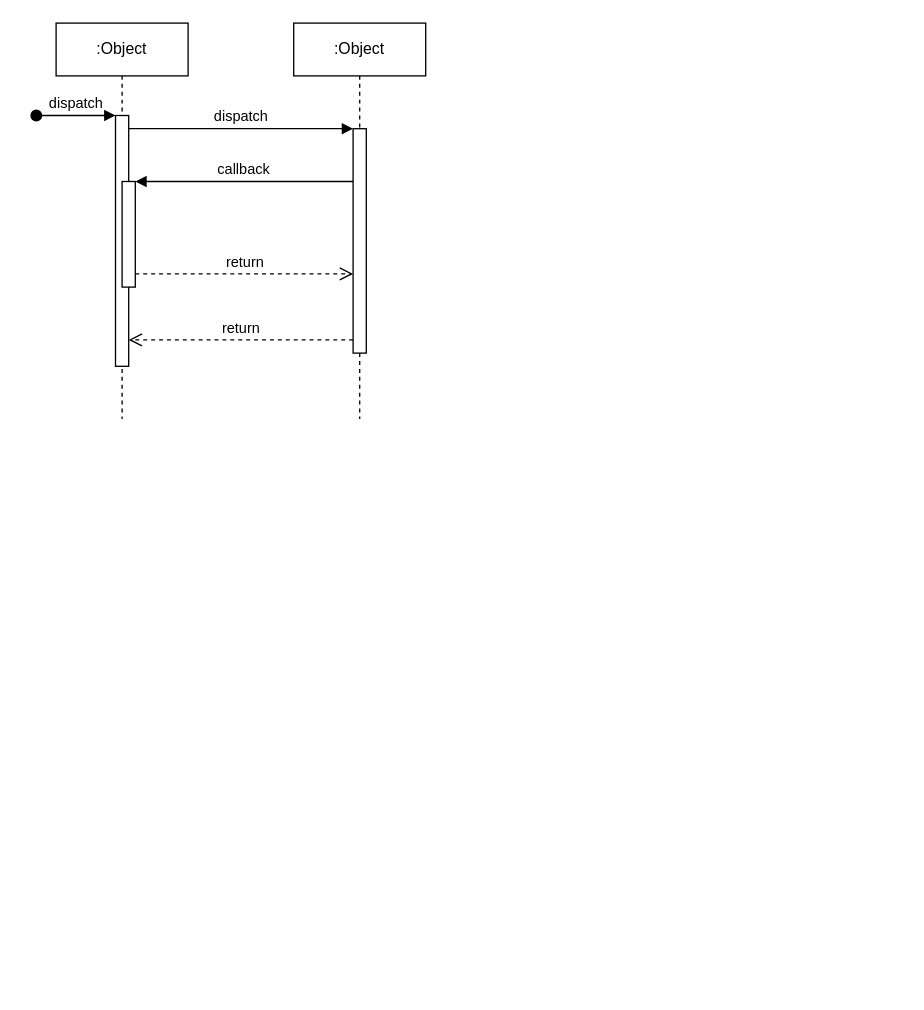
Swagsy/Eclipselovers69 keeps this draw.io diagram as SequenzdiagrammSpielzug.drawio. Above is the earlier version. Source tidied: cells renumbered, new cells numbered last; positions are measured from the earlier drawing's top-left corner, leaving out a move shared by most shapes. Both pictures are drawn from the tidied source at 132%, with x=0, y=0 at pixel (36, 22).
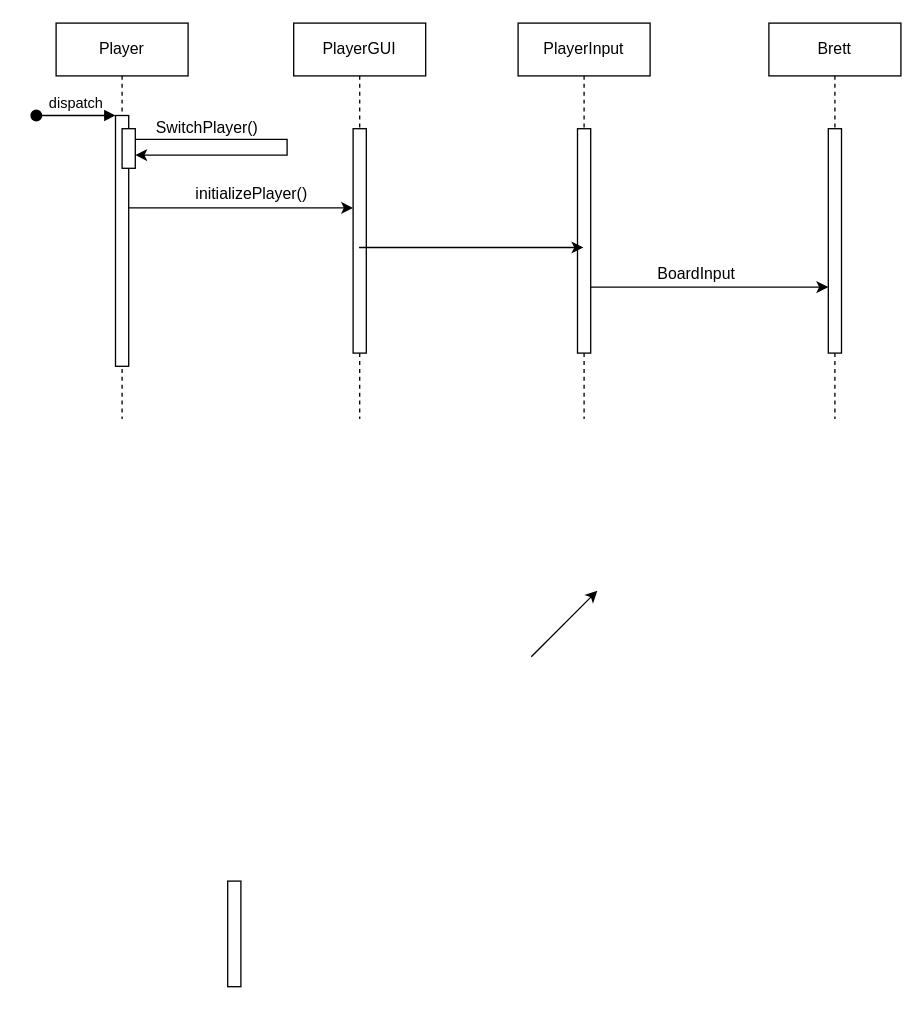
The same page after the edit.

Unchanged cells that the change refers to:
```xml
<mxCell id="3" style="html=1;points=[];perimeter=orthogonalPerimeter;outlineConnect=0;targetShapes=umlLifeline;portConstraint=eastwest;newEdgeStyle={&quot;edgeStyle&quot;:&quot;elbowEdgeStyle&quot;,&quot;elbow&quot;:&quot;vertical&quot;,&quot;curved&quot;:0,&quot;rounded&quot;:0};" parent="2" vertex="1">
  <mxGeometry x="45" y="70" width="10" height="190" as="geometry" />
</mxCell>
<mxCell id="7" style="html=1;points=[];perimeter=orthogonalPerimeter;outlineConnect=0;targetShapes=umlLifeline;portConstraint=eastwest;newEdgeStyle={&quot;edgeStyle&quot;:&quot;elbowEdgeStyle&quot;,&quot;elbow&quot;:&quot;vertical&quot;,&quot;curved&quot;:0,&quot;rounded&quot;:0};" parent="6" vertex="1">
  <mxGeometry x="45" y="80" width="10" height="170" as="geometry" />
</mxCell>
```

What changed in the source:
```diff
@@
-    <mxCell id="2" value=":Object" style="shape=umlLifeline;perimeter=lifelinePerimeter;whiteSpace=wrap;html=1;newEdgeStyle={&quot;edgeStyle&quot;:&quot;elbowEdgeStyle&quot;,&quot;elbow&quot;:&quot;vertical&quot;,&quot;curved&quot;:0,&quot;rounded&quot;:0};" parent="1" vertex="1">
+    <mxCell id="2" value="Player" style="shape=umlLifeline;perimeter=lifelinePerimeter;whiteSpace=wrap;html=1;newEdgeStyle={&quot;edgeStyle&quot;:&quot;elbowEdgeStyle&quot;,&quot;elbow&quot;:&quot;vertical&quot;,&quot;curved&quot;:0,&quot;rounded&quot;:0};" parent="1" vertex="1">
       <mxGeometry x="15" width="100" height="300" as="geometry" />
     </mxCell>
@@
-    <mxCell id="5" style="html=1;points=[];perimeter=orthogonalPerimeter;outlineConnect=0;targetShapes=umlLifeline;portConstraint=eastwest;newEdgeStyle={&quot;edgeStyle&quot;:&quot;elbowEdgeStyle&quot;,&quot;elbow&quot;:&quot;vertical&quot;,&quot;curved&quot;:0,&quot;rounded&quot;:0};" parent="2" vertex="1">
-      <mxGeometry x="50" y="120" width="10" height="80" as="geometry" />
-    </mxCell>
+    <mxCell id="12" style="html=1;points=[];perimeter=orthogonalPerimeter;outlineConnect=0;targetShapes=umlLifeline;portConstraint=eastwest;newEdgeStyle={&quot;edgeStyle&quot;:&quot;elbowEdgeStyle&quot;,&quot;elbow&quot;:&quot;vertical&quot;,&quot;curved&quot;:0,&quot;rounded&quot;:0};" parent="2" vertex="1">
+      <mxGeometry x="50" y="80" width="10" height="30" as="geometry" />
+    </mxCell>
-    <mxCell id="6" value=":Object" style="shape=umlLifeline;perimeter=lifelinePerimeter;whiteSpace=wrap;html=1;outlineConnect=0;portConstraint=eastwest;newEdgeStyle={&quot;edgeStyle&quot;:&quot;elbowEdgeStyle&quot;,&quot;elbow&quot;:&quot;vertical&quot;,&quot;curved&quot;:0,&quot;rounded&quot;:0};" parent="1" vertex="1">
+    <mxCell id="6" value="PlayerGUI" style="shape=umlLifeline;perimeter=lifelinePerimeter;whiteSpace=wrap;html=1;outlineConnect=0;portConstraint=eastwest;newEdgeStyle={&quot;edgeStyle&quot;:&quot;elbowEdgeStyle&quot;,&quot;elbow&quot;:&quot;vertical&quot;,&quot;curved&quot;:0,&quot;rounded&quot;:0};" parent="1" vertex="1">
       <mxGeometry x="195" width="100" height="300" as="geometry" />
     </mxCell>
@@
+    <mxCell id="13" value="PlayerInput" style="shape=umlLifeline;perimeter=lifelinePerimeter;whiteSpace=wrap;html=1;outlineConnect=0;portConstraint=eastwest;newEdgeStyle={&quot;edgeStyle&quot;:&quot;elbowEdgeStyle&quot;,&quot;elbow&quot;:&quot;vertical&quot;,&quot;curved&quot;:0,&quot;rounded&quot;:0};" parent="1" vertex="1">
+      <mxGeometry x="365" width="100" height="300" as="geometry" />
+    </mxCell>
+    <mxCell id="14" style="html=1;points=[];perimeter=orthogonalPerimeter;outlineConnect=0;targetShapes=umlLifeline;portConstraint=eastwest;newEdgeStyle={&quot;edgeStyle&quot;:&quot;elbowEdgeStyle&quot;,&quot;elbow&quot;:&quot;vertical&quot;,&quot;curved&quot;:0,&quot;rounded&quot;:0};" parent="13" vertex="1">
+      <mxGeometry x="45" y="80" width="10" height="170" as="geometry" />
+    </mxCell>
+    <mxCell id="15" value="Brett" style="shape=umlLifeline;perimeter=lifelinePerimeter;whiteSpace=wrap;html=1;newEdgeStyle={&quot;edgeStyle&quot;:&quot;elbowEdgeStyle&quot;,&quot;elbow&quot;:&quot;vertical&quot;,&quot;curved&quot;:0,&quot;rounded&quot;:0};" parent="1" vertex="1">
+      <mxGeometry x="555" width="100" height="300" as="geometry" />
+    </mxCell>
+    <mxCell id="16" style="html=1;points=[];perimeter=orthogonalPerimeter;outlineConnect=0;targetShapes=umlLifeline;portConstraint=eastwest;newEdgeStyle={&quot;edgeStyle&quot;:&quot;elbowEdgeStyle&quot;,&quot;elbow&quot;:&quot;vertical&quot;,&quot;curved&quot;:0,&quot;rounded&quot;:0};" parent="15" vertex="1">
+      <mxGeometry x="45" y="80" width="10" height="170" as="geometry" />
+    </mxCell>
+    <mxCell id="17" value="SwitchPlayer()" style="text;strokeColor=none;fillColor=none;align=left;verticalAlign=middle;spacingLeft=4;spacingRight=4;overflow=hidden;whiteSpace=wrap;html=1;" parent="1" vertex="1">
+      <mxGeometry x="85" y="70" width="90" height="20" as="geometry" />
+    </mxCell>
-    <mxCell id="8" value="dispatch" style="html=1;verticalAlign=bottom;endArrow=block;edgeStyle=elbowEdgeStyle;elbow=vertical;curved=0;rounded=0;" parent="1" edge="1" source="3" target="7">
+    <mxCell id="8" style="endArrow=classic;html=1;rounded=0;" parent="1" edge="1" source="3" target="7">
       <mxGeometry relative="1" as="geometry">
         <Array as="points">
-          <mxPoint x="155" y="80" />
+          <mxPoint x="165" y="140" />
         </Array>
       </mxGeometry>
     </mxCell>
-    <mxCell id="9" value="return" style="html=1;verticalAlign=bottom;endArrow=open;dashed=1;endSize=8;edgeStyle=elbowEdgeStyle;elbow=vertical;curved=0;rounded=0;" parent="1" edge="1" source="7" target="3">
-      <mxGeometry relative="1" as="geometry">
-        <Array as="points">
-          <mxPoint x="165" y="240" />
-        </Array>
-      </mxGeometry>
-    </mxCell>
-    <mxCell id="10" value="callback" style="html=1;verticalAlign=bottom;endArrow=block;edgeStyle=elbowEdgeStyle;elbow=vertical;curved=0;rounded=0;" parent="1" edge="1" source="7" target="5">
-      <mxGeometry relative="1" as="geometry">
-        <Array as="points">
-          <mxPoint x="165" y="120" />
-        </Array>
-      </mxGeometry>
-    </mxCell>
-    <mxCell id="11" value="return" style="html=1;verticalAlign=bottom;endArrow=open;dashed=1;endSize=8;edgeStyle=elbowEdgeStyle;elbow=vertical;curved=0;rounded=0;" parent="1" edge="1" source="5" target="7">
-      <mxGeometry relative="1" as="geometry">
-        <Array as="points">
-          <mxPoint x="155" y="190" />
-        </Array>
-      </mxGeometry>
-    </mxCell>
+    <mxCell id="18" value="initializePlayer()" style="text;strokeColor=none;fillColor=none;align=left;verticalAlign=middle;spacingLeft=4;spacingRight=4;overflow=hidden;whiteSpace=wrap;html=1;" parent="1" vertex="1">
+      <mxGeometry x="115" y="120" width="100" height="20" as="geometry" />
+    </mxCell>
+    <mxCell id="19" style="endArrow=classic;html=1;rounded=0;" parent="1" edge="1">
+      <mxGeometry relative="1" as="geometry">
+        <mxPoint x="375" y="480" as="sourcePoint" />
+        <mxPoint x="425" y="430" as="targetPoint" />
+      </mxGeometry>
+    </mxCell>
+    <mxCell id="20" style="endArrow=classic;html=1;rounded=0;" parent="1" edge="1" source="6" target="13">
+      <mxGeometry relative="1" as="geometry">
+        <Array as="points">
+          <mxPoint x="325" y="170" />
+        </Array>
+      </mxGeometry>
+    </mxCell>
+    <mxCell id="21" style="html=1;perimeter=orthogonalPerimeter;targetShapes=umlLifeline;newEdgeStyle={&quot;edgeStyle&quot;:&quot;elbowEdgeStyle&quot;,&quot;elbow&quot;:&quot;vertical&quot;,&quot;curved&quot;:0,&quot;rounded&quot;:0};" parent="1" vertex="1">
+      <mxGeometry x="145" y="650" width="10" height="80" as="geometry" />
+    </mxCell>
+    <mxCell id="22" style="endArrow=classic;html=1;rounded=0;" parent="1" edge="1" source="12">
+      <mxGeometry relative="1" as="geometry">
+        <mxPoint x="75" y="100" as="targetPoint" />
+        <Array as="points">
+          <mxPoint x="190" y="88.1" />
+          <mxPoint x="190" y="100" />
+        </Array>
+      </mxGeometry>
+    </mxCell>
+    <mxCell id="23" style="endArrow=classic;html=1;rounded=0;" parent="1" edge="1" source="14" target="16">
+      <mxGeometry relative="1" as="geometry">
+        <Array as="points">
+          <mxPoint x="505" y="200" />
+        </Array>
+      </mxGeometry>
+    </mxCell>
+    <mxCell id="24" value="BoardInput" style="text;strokeColor=none;fillColor=none;align=left;verticalAlign=middle;spacingLeft=4;spacingRight=4;overflow=hidden;whiteSpace=wrap;html=1;" parent="1" vertex="1">
+      <mxGeometry x="465" y="180" width="70" height="20" as="geometry" />
+    </mxCell>
```
